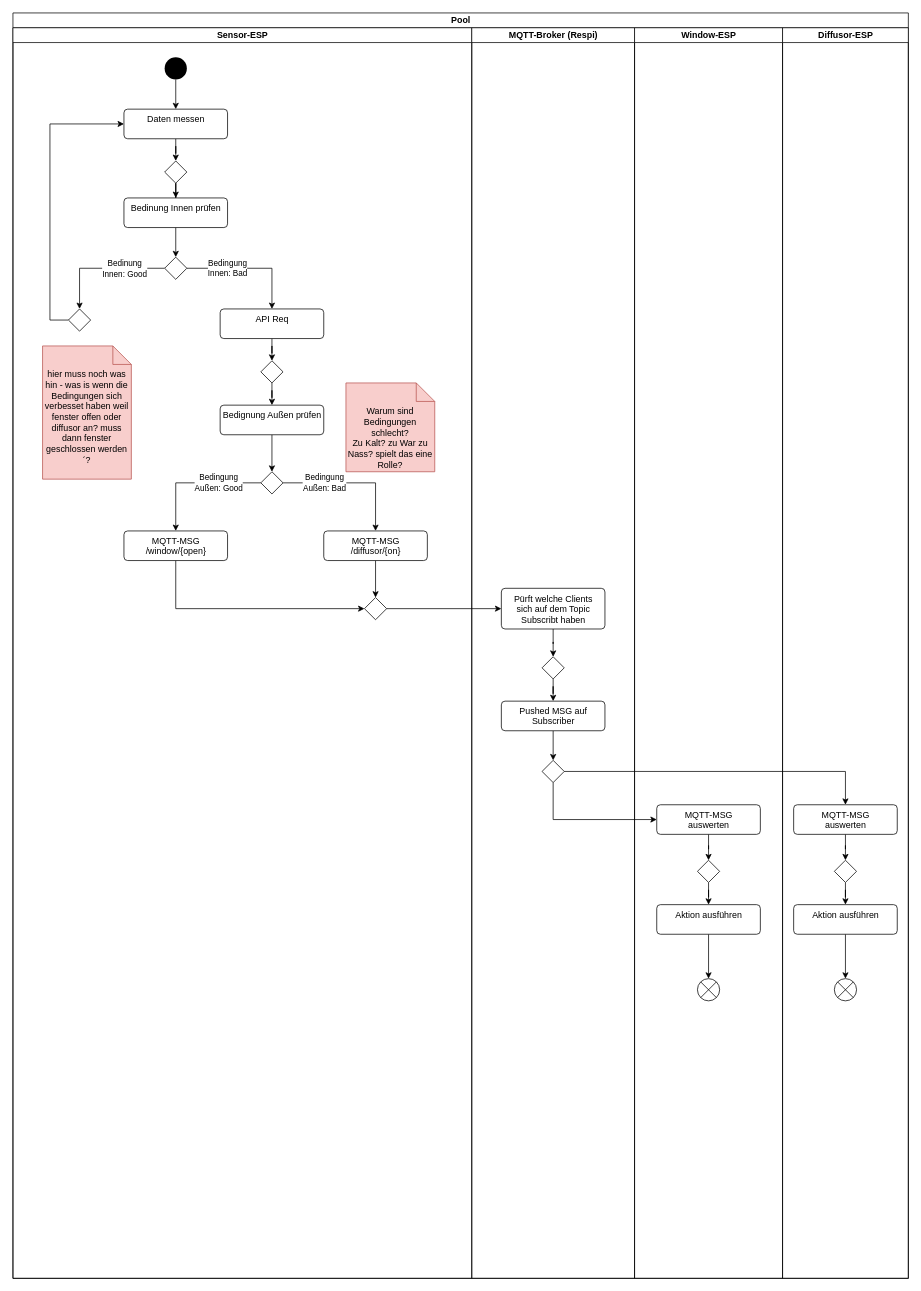
The draw.io diagram page "Aktivitätsdiagramm" (2 of 4) of Artefakte/Architektur.drawio in JJJS777/Lufty, before the edit. Source tidied: cells renumbered, new cells numbered last; positions are measured from the earlier drawing's top-left corner, leaving out a move shared by most shapes. Both pictures are drawn from the tidied source at 74%, with x=0, y=0 at pixel (13, 13).
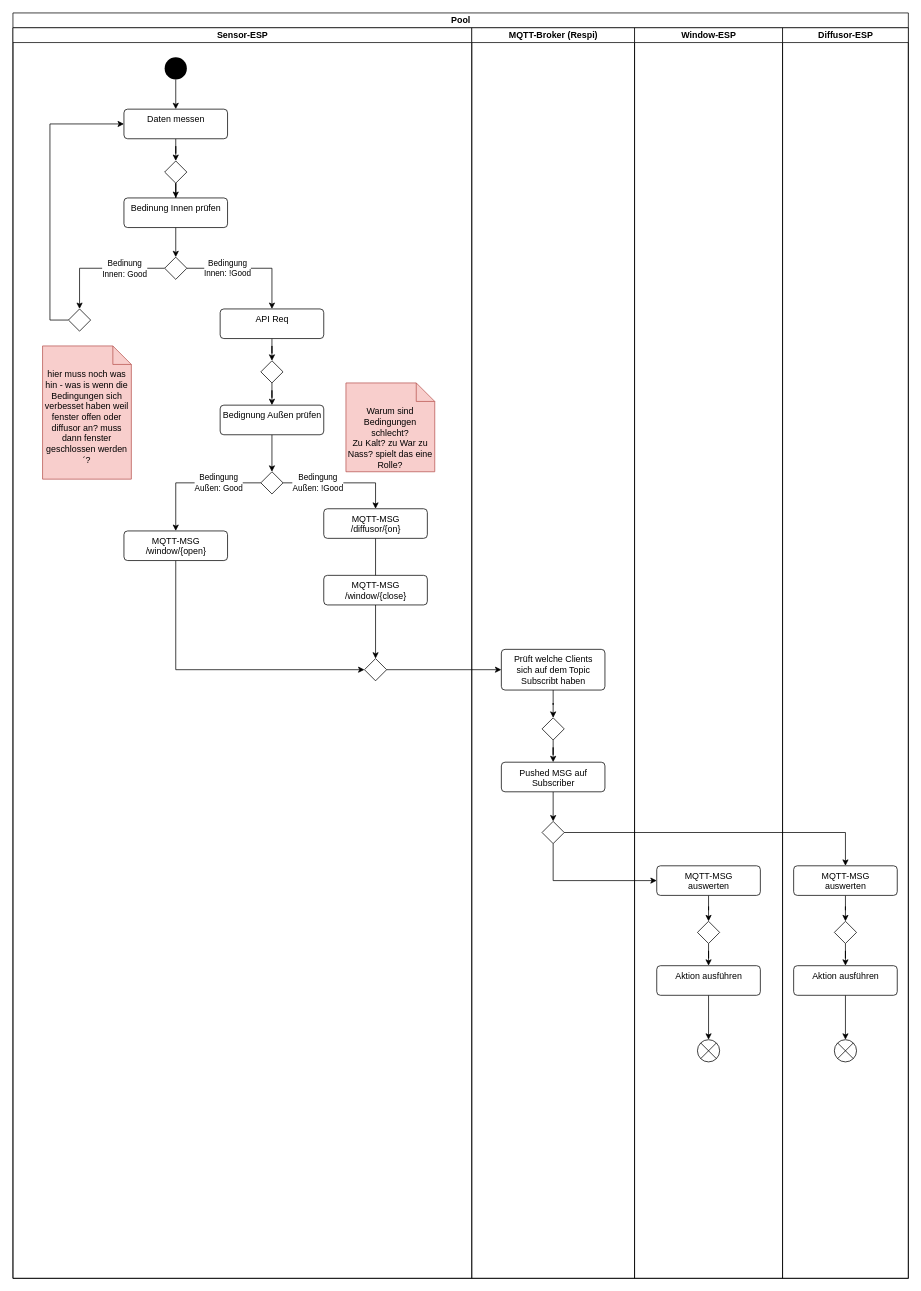
The same page after the edit.

The change refers to these unchanged cells:
```xml
<mxCell id="2" value="Pool" style="swimlane;html=1;startSize=20;" parent="1" vertex="1">
  <mxGeometry width="1210" height="1710" as="geometry" />
</mxCell>
<mxCell id="3" value="Sensor-ESP" style="swimlane;html=1;startSize=20;" parent="2" vertex="1">
  <mxGeometry y="20" width="620" height="1690" as="geometry" />
</mxCell>
<mxCell id="13" style="rhombus;" parent="3" vertex="1">
  <mxGeometry x="205" y="310" width="30" height="30" as="geometry" />
</mxCell>
<mxCell id="15" value="API Req" style="html=1;align=center;verticalAlign=top;rounded=1;absoluteArcSize=1;arcSize=10;dashed=0;" parent="3" vertex="1">
  <mxGeometry x="280" y="380" width="140" height="40" as="geometry" />
</mxCell>
<mxCell id="22" style="rhombus;" parent="3" vertex="1">
  <mxGeometry x="335" y="600" width="30" height="30" as="geometry" />
</mxCell>
<mxCell id="24" value="MQTT-MSG&lt;br&gt;/window/{open}" style="html=1;align=center;verticalAlign=top;rounded=1;absoluteArcSize=1;arcSize=10;dashed=0;" parent="3" vertex="1">
  <mxGeometry x="150" y="680" width="140" height="40" as="geometry" />
</mxCell>
<mxCell id="34" value="MQTT-Broker (Respi)" style="swimlane;html=1;startSize=20;" parent="2" vertex="1">
  <mxGeometry x="620" y="20" width="220" height="1690" as="geometry" />
</mxCell>
<mxCell id="42" value="Window-ESP" style="swimlane;html=1;startSize=20;" parent="2" vertex="1">
  <mxGeometry x="840" y="20" width="200" height="1690" as="geometry" />
</mxCell>
<mxCell id="50" value="Diffusor-ESP" style="swimlane;html=1;startSize=20;" parent="2" vertex="1">
  <mxGeometry x="1040" y="20" width="170" height="1690" as="geometry" />
</mxCell>
```

The edit, as a diff of the source:
```diff
@@
-    <mxCell id="12" value="Bedingung &lt;br&gt;Innen: Bad" style="edgeStyle=orthogonalEdgeStyle;rounded=0;jettySize=auto;html=1;entryX=0.5;entryY=0;entryDx=0;entryDy=0;endArrow=classic;endFill=1;" parent="3" edge="1" source="13" target="15">
+    <mxCell id="12" value="Bedingung &lt;br&gt;Innen: !Good" style="edgeStyle=orthogonalEdgeStyle;rounded=0;jettySize=auto;html=1;entryX=0.5;entryY=0;entryDx=0;entryDy=0;endArrow=classic;endFill=1;" parent="3" edge="1" source="13" target="15">
       <mxGeometry x="-0.35" relative="1" as="geometry" />
     </mxCell>
@@
-    <mxCell id="21" value="Bedingung &lt;br&gt;Außen: Bad" style="edgeStyle=orthogonalEdgeStyle;rounded=0;jettySize=auto;html=1;endArrow=classic;endFill=1;exitX=1;exitY=0.5;exitDx=0;exitDy=0;" parent="3" edge="1" source="22" target="26">
+    <mxCell id="21" value="Bedingung &lt;br&gt;Außen: !Good" style="edgeStyle=orthogonalEdgeStyle;rounded=0;jettySize=auto;html=1;endArrow=classic;endFill=1;exitX=1;exitY=0.5;exitDx=0;exitDy=0;" parent="3" edge="1" source="22" target="26">
       <mxGeometry x="-0.41" relative="1" as="geometry" />
     </mxCell>
@@
     <mxCell id="23" style="edgeStyle=orthogonalEdgeStyle;rounded=0;jettySize=auto;html=1;entryX=0;entryY=0.5;entryDx=0;entryDy=0;endArrow=classic;endFill=1;" parent="3" edge="1" source="24" target="27">
       <mxGeometry relative="1" as="geometry">
         <Array as="points">
-          <mxPoint x="220" y="785" />
+          <mxPoint x="220" y="868" />
         </Array>
       </mxGeometry>
     </mxCell>
@@
     <mxCell id="26" value="MQTT-MSG&lt;br&gt;/diffusor/{on}" style="html=1;align=center;verticalAlign=top;rounded=1;absoluteArcSize=1;arcSize=10;dashed=0;" parent="3" vertex="1">
-      <mxGeometry x="420" y="680" width="140" height="40" as="geometry" />
+      <mxGeometry x="420" y="650" width="140" height="40" as="geometry" />
     </mxCell>
     <mxCell id="27" style="rhombus;" parent="3" vertex="1">
-      <mxGeometry x="475" y="770" width="30" height="30" as="geometry" />
+      <mxGeometry x="475" y="852.5" width="30" height="30" as="geometry" />
     </mxCell>
@@
+    <mxCell id="61" value="MQTT-MSG&lt;br&gt;/window/{close}" style="html=1;align=center;verticalAlign=top;rounded=1;absoluteArcSize=1;arcSize=10;dashed=0;" parent="3" vertex="1">
+      <mxGeometry x="420" y="740" width="140" height="40" as="geometry" />
+    </mxCell>
@@
-    <mxCell id="36" value="Pürft welche Clients&lt;br&gt; sich auf dem Topic&lt;br&gt;Subscribt haben" style="html=1;align=center;verticalAlign=top;rounded=1;absoluteArcSize=1;arcSize=10;dashed=0;" parent="34" vertex="1">
-      <mxGeometry x="40" y="757.5" width="140" height="55" as="geometry" />
+    <mxCell id="36" value="Prüft welche Clients&lt;br&gt; sich auf dem Topic&lt;br&gt;Subscribt haben" style="html=1;align=center;verticalAlign=top;rounded=1;absoluteArcSize=1;arcSize=10;dashed=0;" parent="34" vertex="1">
+      <mxGeometry x="40" y="840" width="140" height="55" as="geometry" />
     </mxCell>
@@
     <mxCell id="38" value="Pushed MSG auf &lt;br&gt;Subscriber" style="html=1;align=center;verticalAlign=top;rounded=1;absoluteArcSize=1;arcSize=10;dashed=0;" parent="34" vertex="1">
-      <mxGeometry x="40" y="910" width="140" height="40" as="geometry" />
+      <mxGeometry x="40" y="992.5" width="140" height="40" as="geometry" />
     </mxCell>
@@
     <mxCell id="40" style="rhombus;" parent="34" vertex="1">
-      <mxGeometry x="95" y="850" width="30" height="30" as="geometry" />
+      <mxGeometry x="95" y="932.5" width="30" height="30" as="geometry" />
     </mxCell>
     <mxCell id="41" style="rhombus;" parent="34" vertex="1">
-      <mxGeometry x="95" y="990" width="30" height="30" as="geometry" />
+      <mxGeometry x="95" y="1072.5" width="30" height="30" as="geometry" />
     </mxCell>
+    <mxCell id="58" style="edgeStyle=orthogonalEdgeStyle;rounded=0;jettySize=auto;html=1;entryX=0;entryY=0.5;entryDx=0;entryDy=0;endArrow=classic;endFill=1;" parent="2" edge="1" source="27" target="36">
+      <mxGeometry relative="1" as="geometry" />
+    </mxCell>
+    <mxCell id="59" style="edgeStyle=orthogonalEdgeStyle;rounded=0;jettySize=auto;html=1;entryX=0;entryY=0.5;entryDx=0;entryDy=0;endArrow=classic;endFill=1;exitX=0.5;exitY=1;exitDx=0;exitDy=0;" parent="2" edge="1" source="41" target="44">
+      <mxGeometry relative="1" as="geometry" />
+    </mxCell>
+    <mxCell id="60" style="edgeStyle=orthogonalEdgeStyle;rounded=0;jettySize=auto;html=1;entryX=0.5;entryY=0;entryDx=0;entryDy=0;endArrow=classic;endFill=1;" parent="2" edge="1" source="41" target="52">
+      <mxGeometry relative="1" as="geometry" />
+    </mxCell>
@@
     <mxCell id="44" value="MQTT-MSG&lt;br&gt;auswerten" style="html=1;align=center;verticalAlign=top;rounded=1;absoluteArcSize=1;arcSize=10;dashed=0;" parent="42" vertex="1">
-      <mxGeometry x="30" y="1050" width="140" height="40" as="geometry" />
+      <mxGeometry x="30" y="1132.5" width="140" height="40" as="geometry" />
     </mxCell>
@@
     <mxCell id="46" style="rhombus;" parent="42" vertex="1">
-      <mxGeometry x="85" y="1125" width="30" height="30" as="geometry" />
+      <mxGeometry x="85" y="1207.5" width="30" height="30" as="geometry" />
     </mxCell>
@@
     <mxCell id="48" value="Aktion ausführen" style="html=1;align=center;verticalAlign=top;rounded=1;absoluteArcSize=1;arcSize=10;dashed=0;" parent="42" vertex="1">
-      <mxGeometry x="30" y="1185" width="140" height="40" as="geometry" />
+      <mxGeometry x="30" y="1267.5" width="140" height="40" as="geometry" />
     </mxCell>
     <mxCell id="49" style="shape=sumEllipse;perimeter=ellipsePerimeter;whiteSpace=wrap;html=1;backgroundOutline=1;" parent="42" vertex="1">
-      <mxGeometry x="85" y="1285" width="30" height="30" as="geometry" />
+      <mxGeometry x="85" y="1367.5" width="30" height="30" as="geometry" />
     </mxCell>
@@
     <mxCell id="52" value="MQTT-MSG&lt;br&gt;auswerten" style="html=1;align=center;verticalAlign=top;rounded=1;absoluteArcSize=1;arcSize=10;dashed=0;" parent="50" vertex="1">
-      <mxGeometry x="15" y="1050" width="140" height="40" as="geometry" />
+      <mxGeometry x="15" y="1132.5" width="140" height="40" as="geometry" />
     </mxCell>
@@
     <mxCell id="54" style="rhombus;" parent="50" vertex="1">
-      <mxGeometry x="70" y="1125" width="30" height="30" as="geometry" />
+      <mxGeometry x="70" y="1207.5" width="30" height="30" as="geometry" />
     </mxCell>
@@
     <mxCell id="56" value="Aktion ausführen" style="html=1;align=center;verticalAlign=top;rounded=1;absoluteArcSize=1;arcSize=10;dashed=0;" parent="50" vertex="1">
-      <mxGeometry x="15" y="1185" width="140" height="40" as="geometry" />
+      <mxGeometry x="15" y="1267.5" width="140" height="40" as="geometry" />
     </mxCell>
     <mxCell id="57" style="shape=sumEllipse;perimeter=ellipsePerimeter;whiteSpace=wrap;html=1;backgroundOutline=1;" parent="50" vertex="1">
-      <mxGeometry x="70" y="1285" width="30" height="30" as="geometry" />
+      <mxGeometry x="70" y="1367.5" width="30" height="30" as="geometry" />
     </mxCell>
-    <mxCell id="58" style="edgeStyle=orthogonalEdgeStyle;rounded=0;jettySize=auto;html=1;entryX=0;entryY=0.5;entryDx=0;entryDy=0;endArrow=classic;endFill=1;" parent="2" edge="1" source="27" target="36">
-      <mxGeometry relative="1" as="geometry" />
-    </mxCell>
-    <mxCell id="59" style="edgeStyle=orthogonalEdgeStyle;rounded=0;jettySize=auto;html=1;entryX=0;entryY=0.5;entryDx=0;entryDy=0;endArrow=classic;endFill=1;exitX=0.5;exitY=1;exitDx=0;exitDy=0;" parent="2" edge="1" source="41" target="44">
-      <mxGeometry relative="1" as="geometry" />
-    </mxCell>
-    <mxCell id="60" style="edgeStyle=orthogonalEdgeStyle;rounded=0;jettySize=auto;html=1;entryX=0.5;entryY=0;entryDx=0;entryDy=0;endArrow=classic;endFill=1;" parent="2" edge="1" source="41" target="52">
-      <mxGeometry relative="1" as="geometry" />
-    </mxCell>
```
